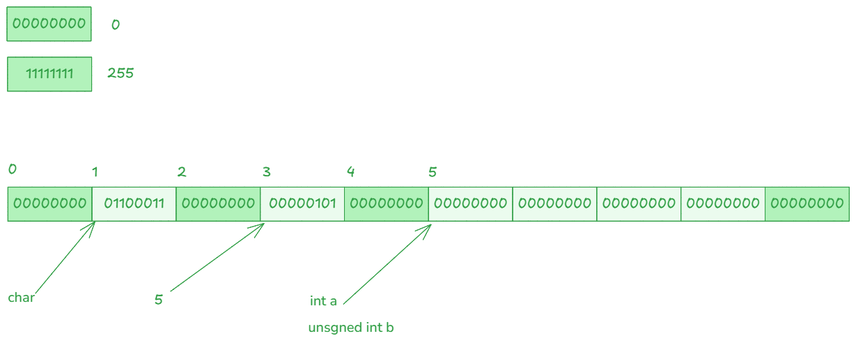
Before: img/02.types.excalidraw.png, a diagram exported from Excalidraw (silvercodes/p53_cpp). Source tidied: one line per element, renumbered; positions are measured from the earlier drawing's top-left corner, leaving out a move shared by most shapes.
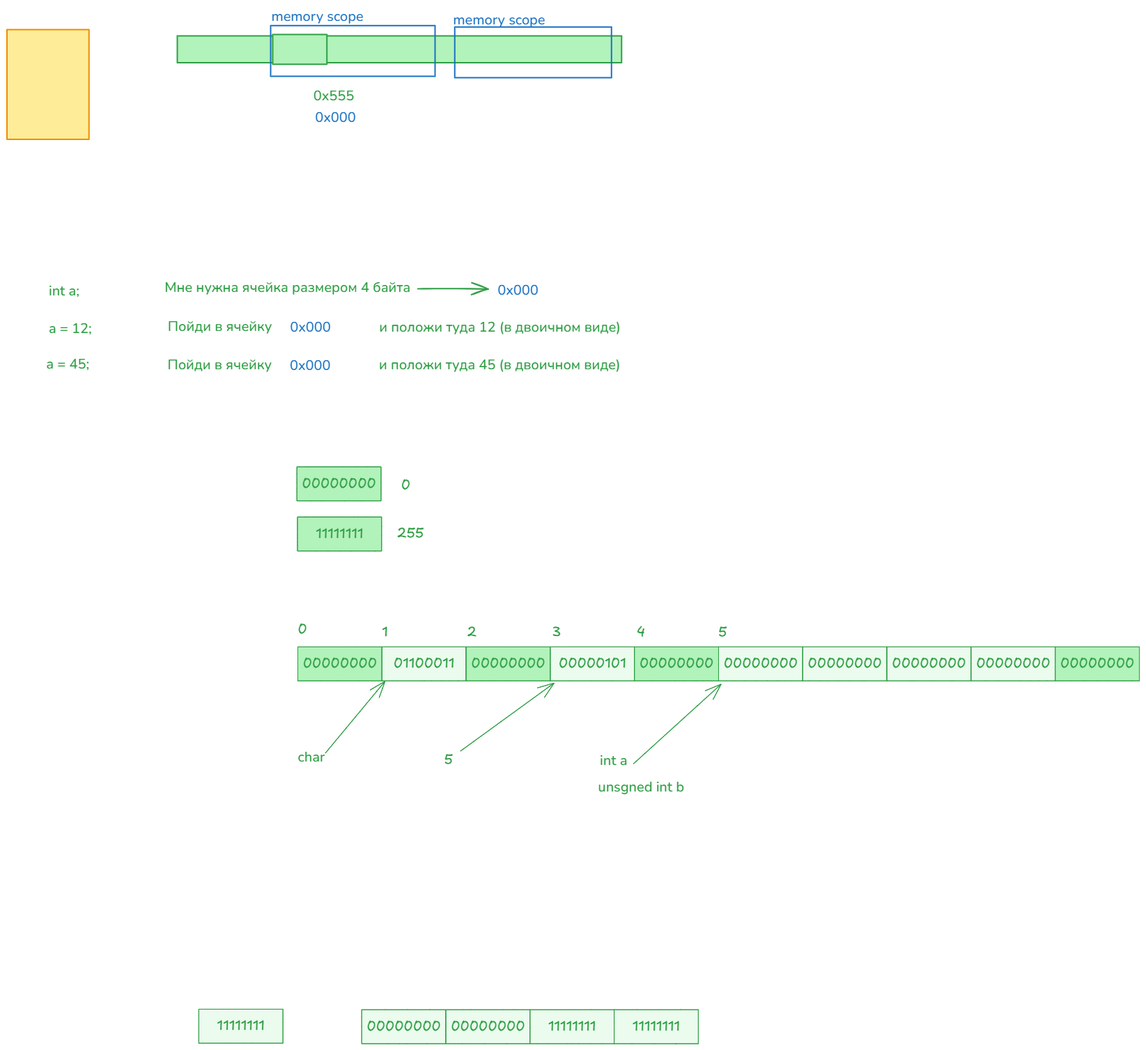
The same diagram one commit later.

What changed in the source:
```diff
@@ -37,3 +37,33 @@
 {"id": 36, "type": "text", "text": "unsgned int b", "strokeColor": "#2f9e44", "backgroundColor": "#ebfbee", "fillStyle": "solid", "strokeWidth": 1, "roughness": 0, "fontSize": 20, "fontFamily": 6, "x": 432, "y": 446, "width": 124, "height": 27}
 {"id": 37, "type": "text", "text": "char", "strokeColor": "#2f9e44", "backgroundColor": "#ebfbee", "fillStyle": "solid", "strokeWidth": 1, "roughness": 0, "fontSize": 20, "fontFamily": 6, "x": 1, "y": 403, "width": 39, "height": 27}
 {"id": 38, "type": "arrow", "strokeColor": "#2f9e44", "backgroundColor": "#ebfbee", "fillStyle": "solid", "strokeWidth": 1, "roughness": 0, "endArrowhead": "arrow", "round": true, "from": 37, "to": 8, "x": 41, "y": 411, "width": 85, "height": 103, "points": [[0, 0], [85, -103]]}
+{"id": 39, "type": "text", "text": "int a;\n\na = 12;", "strokeColor": "#2f9e44", "strokeWidth": 2, "roughness": 1, "fontSize": 20, "fontFamily": 6, "x": -356, "y": -266, "width": 62, "height": 81}
+{"id": 40, "type": "text", "text": "Мне нужна ячейка размером 4 байта", "strokeColor": "#2f9e44", "strokeWidth": 2, "roughness": 1, "fontSize": 20, "fontFamily": 6, "x": -190, "y": -271, "width": 353, "height": 27}
+{"id": 41, "type": "arrow", "strokeColor": "#2f9e44", "strokeWidth": 2, "roughness": 1, "endArrowhead": "arrow", "from": 40, "x": 174, "y": -256, "width": 101, "height": 1, "points": [[0, 0], [101, 1]]}
+{"id": 42, "type": "text", "text": "0x000", "strokeColor": "#1971c2", "strokeWidth": 2, "roughness": 1, "fontSize": 20, "fontFamily": 6, "x": 288, "y": -267, "width": 59, "height": 27}
+{"id": 43, "type": "text", "text": "Пойди в ячейку ", "strokeColor": "#2f9e44", "strokeWidth": 2, "roughness": 1, "fontSize": 20, "fontFamily": 6, "x": -185, "y": -215, "width": 155, "height": 27}
+{"id": 44, "type": "text", "text": "0x000", "strokeColor": "#1971c2", "strokeWidth": 2, "roughness": 1, "fontSize": 20, "fontFamily": 6, "x": -10, "y": -214, "width": 59, "height": 27}
+{"id": 45, "type": "text", "text": "и положи туда 12 (в двоичном виде)", "strokeColor": "#2f9e44", "strokeWidth": 2, "roughness": 1, "fontSize": 20, "fontFamily": 6, "x": 118, "y": -214, "width": 347, "height": 27}
+{"id": 46, "type": "rectangle", "strokeColor": "#f08c00", "backgroundColor": "#ffec99", "fillStyle": "solid", "strokeWidth": 2, "roughness": 0, "x": -416, "y": -627, "width": 118, "height": 158}
+{"id": 47, "type": "rectangle", "strokeColor": "#2f9e44", "backgroundColor": "#b2f2bb", "fillStyle": "solid", "strokeWidth": 2, "roughness": 0, "x": -172, "y": -619, "width": 638, "height": 39}
+{"id": 48, "type": "rectangle", "strokeColor": "#1971c2", "strokeWidth": 2, "roughness": 0, "x": -38, "y": -633, "width": 236, "height": 73}
+{"id": 49, "type": "text", "text": "memory scope", "strokeColor": "#1971c2", "backgroundColor": "#a5d8ff", "fillStyle": "solid", "strokeWidth": 2, "roughness": 0, "fontSize": 20, "fontFamily": 6, "x": -37, "y": -660, "width": 132, "height": 27}
+{"id": 50, "type": "rectangle", "strokeColor": "#2f9e44", "backgroundColor": "#b2f2bb", "fillStyle": "solid", "strokeWidth": 2, "roughness": 0, "x": -35, "y": -621, "width": 78, "height": 43}
+{"id": 51, "type": "text", "text": "0x555", "strokeColor": "#2f9e44", "backgroundColor": "#b2f2bb", "fillStyle": "solid", "strokeWidth": 2, "roughness": 0, "fontSize": 20, "fontFamily": 6, "x": 24, "y": -546, "width": 59, "height": 27}
+{"id": 52, "type": "text", "text": "0x000", "strokeColor": "#1971c2", "backgroundColor": "#b2f2bb", "fillStyle": "solid", "strokeWidth": 2, "roughness": 0, "fontSize": 20, "fontFamily": 6, "x": 26, "y": -515, "width": 59, "height": 27}
+{"id": 53, "type": "rectangle", "strokeColor": "#1971c2", "strokeWidth": 2, "roughness": 0, "x": 227, "y": -631, "width": 225, "height": 73}
+{"id": 54, "type": "text", "text": "memory scope", "strokeColor": "#1971c2", "backgroundColor": "#a5d8ff", "fillStyle": "solid", "strokeWidth": 2, "roughness": 0, "fontSize": 20, "fontFamily": 6, "x": 224, "y": -656, "width": 132, "height": 27}
+{"id": 55, "type": "text", "text": "Пойди в ячейку ", "strokeColor": "#2f9e44", "strokeWidth": 2, "roughness": 1, "fontSize": 20, "fontFamily": 6, "x": -186, "y": -160, "width": 155, "height": 27}
+{"id": 56, "type": "text", "text": "0x000", "strokeColor": "#1971c2", "strokeWidth": 2, "roughness": 1, "fontSize": 20, "fontFamily": 6, "x": -10, "y": -159, "width": 59, "height": 27}
+{"id": 57, "type": "text", "text": "и положи туда 45 (в двоичном виде)", "strokeColor": "#2f9e44", "strokeWidth": 2, "roughness": 1, "fontSize": 20, "fontFamily": 6, "x": 118, "y": -160, "width": 347, "height": 27}
+{"id": 58, "type": "text", "text": "a = 45;", "strokeColor": "#2f9e44", "strokeWidth": 2, "roughness": 1, "fontSize": 20, "fontFamily": 6, "x": -360, "y": -161, "width": 62, "height": 27}
+{"id": 59, "type": "rectangle", "strokeColor": "#2f9e44", "backgroundColor": "#ebfbee", "fillStyle": "solid", "strokeWidth": 1, "roughness": 0, "x": 93, "y": 779, "width": 121, "height": 49}
+{"id": 60, "type": "text", "text": "00000000", "strokeColor": "#2f9e44", "backgroundColor": "#b2f2bb", "fillStyle": "solid", "strokeWidth": 1, "roughness": 0, "fontSize": 20, "fontFamily": 5, "textAlign": "center", "verticalAlign": "middle", "inside": 59, "x": 100, "y": 791, "width": 106, "height": 25}
+{"id": 61, "type": "rectangle", "strokeColor": "#2f9e44", "backgroundColor": "#ebfbee", "fillStyle": "solid", "strokeWidth": 1, "roughness": 0, "x": 214, "y": 779, "width": 121, "height": 49}
+{"id": 62, "type": "text", "text": "00000000", "strokeColor": "#2f9e44", "backgroundColor": "#b2f2bb", "fillStyle": "solid", "strokeWidth": 1, "roughness": 0, "fontSize": 20, "fontFamily": 5, "textAlign": "center", "verticalAlign": "middle", "inside": 61, "x": 221, "y": 791, "width": 106, "height": 25}
+{"id": 63, "type": "rectangle", "strokeColor": "#2f9e44", "backgroundColor": "#ebfbee", "fillStyle": "solid", "strokeWidth": 1, "roughness": 0, "x": 335, "y": 779, "width": 121, "height": 49}
+{"id": 64, "type": "text", "text": "11111111", "strokeColor": "#2f9e44", "backgroundColor": "#b2f2bb", "fillStyle": "solid", "strokeWidth": 1, "roughness": 0, "fontSize": 20, "fontFamily": 5, "textAlign": "center", "verticalAlign": "middle", "inside": 63, "x": 361, "y": 791, "width": 68, "height": 25}
+{"id": 65, "type": "rectangle", "strokeColor": "#2f9e44", "backgroundColor": "#ebfbee", "fillStyle": "solid", "strokeWidth": 1, "roughness": 0, "x": 455, "y": 779, "width": 121, "height": 49}
+{"id": 66, "type": "text", "text": "11111111", "strokeColor": "#2f9e44", "backgroundColor": "#b2f2bb", "fillStyle": "solid", "strokeWidth": 1, "roughness": 0, "fontSize": 20, "fontFamily": 5, "textAlign": "center", "verticalAlign": "middle", "inside": 65, "x": 482, "y": 791, "width": 68, "height": 25}
+{"id": 67, "type": "rectangle", "strokeColor": "#2f9e44", "backgroundColor": "#ebfbee", "fillStyle": "solid", "strokeWidth": 1, "roughness": 0, "x": -141, "y": 778, "width": 121, "height": 49}
+{"id": 68, "type": "text", "text": "11111111", "strokeColor": "#2f9e44", "backgroundColor": "#b2f2bb", "fillStyle": "solid", "strokeWidth": 1, "roughness": 0, "fontSize": 20, "fontFamily": 5, "textAlign": "center", "verticalAlign": "middle", "inside": 67, "x": -115, "y": 790, "width": 68, "height": 25}
```
